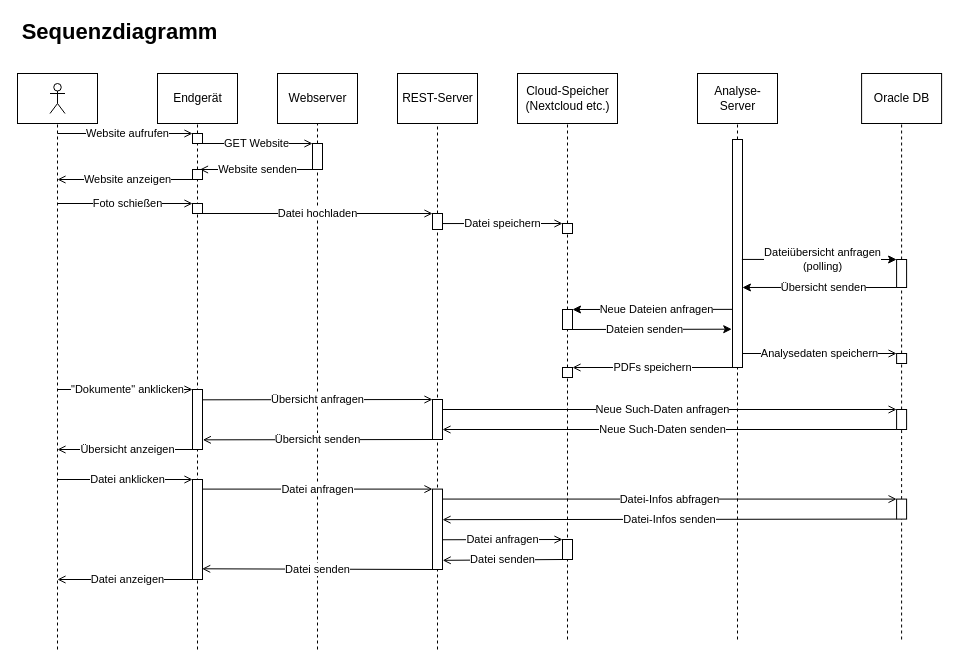
Earlier version of the draw.io diagram page "Sequenzdiagramm" (2 of 3) of docs/Overview/resources/Diagramme/doc-ver_Diagramme.drawio (doc-ver/Doku). Source tidied: cells renumbered, new cells numbered last; positions are measured from the earlier drawing's top-left corner, leaving out a move shared by most shapes. Both pictures are drawn from the tidied source at 100%, with x=0, y=0 at pixel (17, 17).
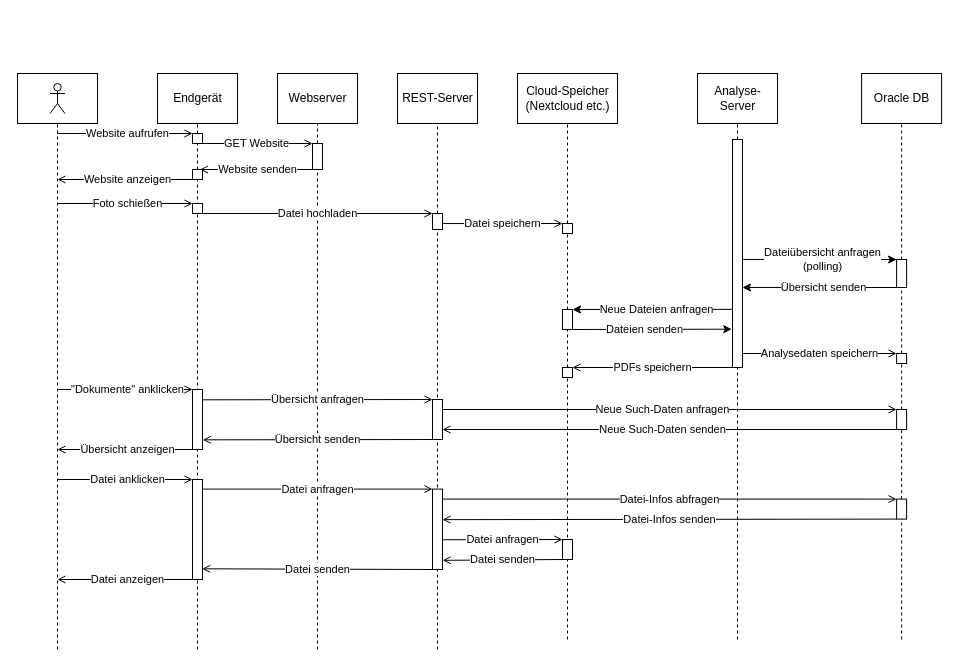
Above is the later version.

Diff of the diagram source:
```diff
@@
-    <mxCell id="70" value="Sequenzdiagramm" style="text;html=1;strokeColor=none;fillColor=none;align=center;verticalAlign=middle;whiteSpace=wrap;rounded=0;fontSize=22;fontStyle=1;" parent="1" vertex="1">
-      <mxGeometry width="205" height="30" as="geometry" />
-    </mxCell>
```
